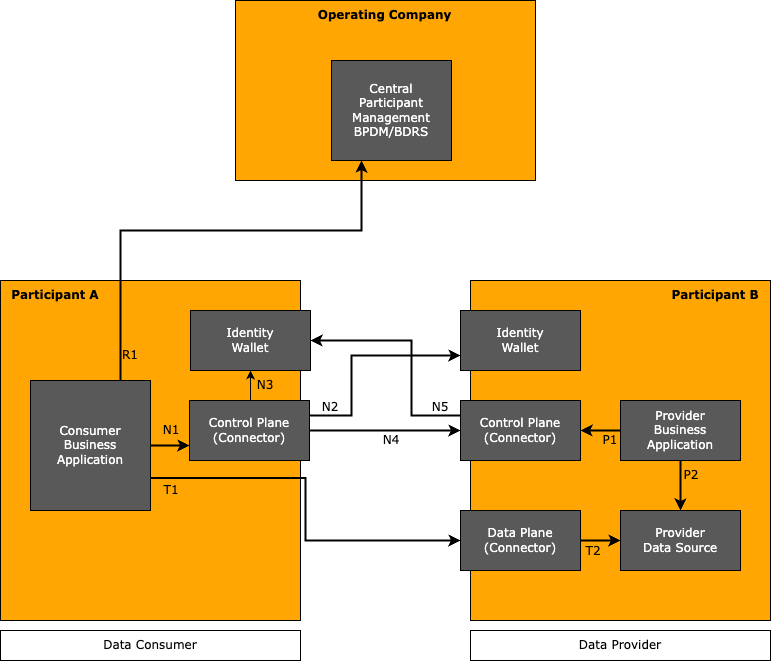
The draw.io diagram docs-kits/kits/connector-kit/adoption-view/assets/connector_interactions.drawio.png in eclipse-tractusx/eclipse-tractusx.github.io, before a commit. Source tidied: cells renumbered, new cells last; positions are measured from the earlier drawing's top-left corner, leaving out a move shared by most shapes.
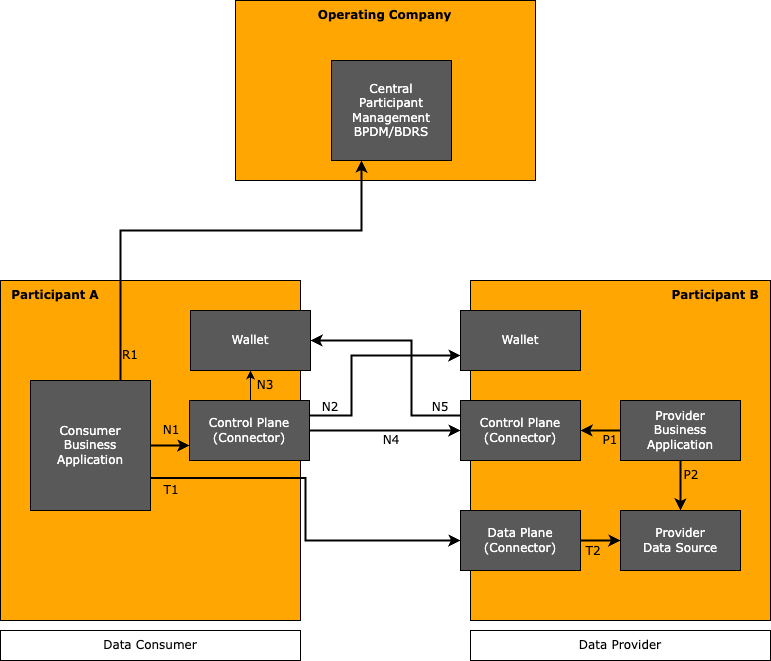
Above is the later version.

What changed in the source:
```diff
@@ -48,7 +48,7 @@
     <mxCell id="13" value="&lt;font face=&quot;Verdana&quot; style=&quot;color: rgb(255, 255, 255);&quot;&gt;Data Plane&lt;/font&gt;&lt;div&gt;&lt;font face=&quot;Verdana&quot; style=&quot;color: rgb(255, 255, 255);&quot;&gt;(Connector)&lt;/font&gt;&lt;/div&gt;" style="rounded=0;whiteSpace=wrap;html=1;fillColor=light-dark(#595959, #ededed);" parent="1" vertex="1">
       <mxGeometry x="460" y="510" width="120" height="60" as="geometry" />
     </mxCell>
-    <mxCell id="14" value="&lt;font face=&quot;Verdana&quot; color=&quot;#ffffff&quot;&gt;Identity&lt;/font&gt;&lt;div&gt;&lt;font face=&quot;Verdana&quot; color=&quot;#ffffff&quot;&gt;Wallet&lt;/font&gt;&lt;/div&gt;" style="rounded=0;whiteSpace=wrap;html=1;fillColor=light-dark(#595959, #ededed);" parent="1" vertex="1">
+    <mxCell id="14" value="&lt;div&gt;&lt;font face=&quot;Verdana&quot; color=&quot;#ffffff&quot;&gt;Wallet&lt;/font&gt;&lt;/div&gt;" style="rounded=0;whiteSpace=wrap;html=1;fillColor=light-dark(#595959, #ededed);" parent="1" vertex="1">
       <mxGeometry x="190" y="310" width="120" height="60" as="geometry" />
     </mxCell>
     <mxCell id="15" style="edgeStyle=orthogonalEdgeStyle;rounded=0;jettySize=auto;html=1;exitX=1;exitY=0.5;exitDx=0;exitDy=0;entryX=0;entryY=0.75;entryDx=0;entryDy=0;strokeWidth=2;" parent="1" edge="1" source="17" target="9">
@@ -84,7 +84,7 @@
     <mxCell id="25" value="&lt;b&gt;&lt;font face=&quot;Verdana&quot;&gt;Operating Company&lt;/font&gt;&lt;/b&gt;" style="text;html=1;align=center;verticalAlign=middle;whiteSpace=wrap;rounded=0;" parent="1" vertex="1">
       <mxGeometry x="309" width="151" height="30" as="geometry" />
     </mxCell>
-    <mxCell id="26" value="&lt;font face=&quot;Verdana&quot; color=&quot;#ffffff&quot;&gt;Identity&lt;/font&gt;&lt;div&gt;&lt;font face=&quot;Verdana&quot; color=&quot;#ffffff&quot;&gt;Wallet&lt;/font&gt;&lt;/div&gt;" style="rounded=0;whiteSpace=wrap;html=1;fillColor=light-dark(#595959, #ededed);" parent="1" vertex="1">
+    <mxCell id="26" value="&lt;span style=&quot;color: rgb(255, 255, 255); font-family: Verdana; background-color: transparent;&quot;&gt;Wallet&lt;/span&gt;" style="rounded=0;whiteSpace=wrap;html=1;fillColor=light-dark(#595959, #ededed);" parent="1" vertex="1">
       <mxGeometry x="460" y="310" width="120" height="60" as="geometry" />
     </mxCell>
     <mxCell id="27" value="&lt;font face=&quot;Verdana&quot; color=&quot;#ffffff&quot;&gt;Central&lt;/font&gt;&lt;div&gt;&lt;font face=&quot;Verdana&quot; color=&quot;#ffffff&quot;&gt;Participant&lt;/font&gt;&lt;/div&gt;&lt;div&gt;&lt;font face=&quot;Verdana&quot; color=&quot;#ffffff&quot;&gt;Management&lt;/font&gt;&lt;/div&gt;&lt;div&gt;&lt;font face=&quot;Verdana&quot; color=&quot;#ffffff&quot;&gt;BPDM/BDRS&lt;/font&gt;&lt;/div&gt;" style="rounded=0;whiteSpace=wrap;html=1;fillColor=light-dark(#595959, #ededed);" parent="1" vertex="1">
```
